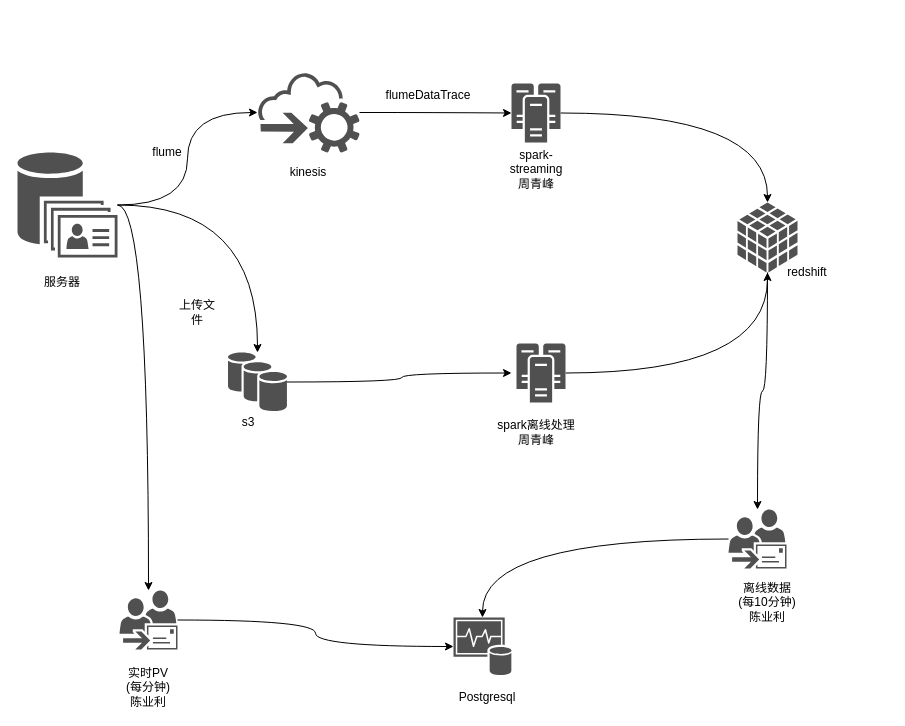
Above: 日志流转.drawio in wangbin2188/draw (draw.io), before the change. Source tidied: cells renumbered, new cells numbered last; positions are measured from the earlier drawing's top-left corner, leaving out a move shared by most shapes. Both pictures are drawn from the tidied source at 100%, with x=0, y=0 at pixel (17, 72).
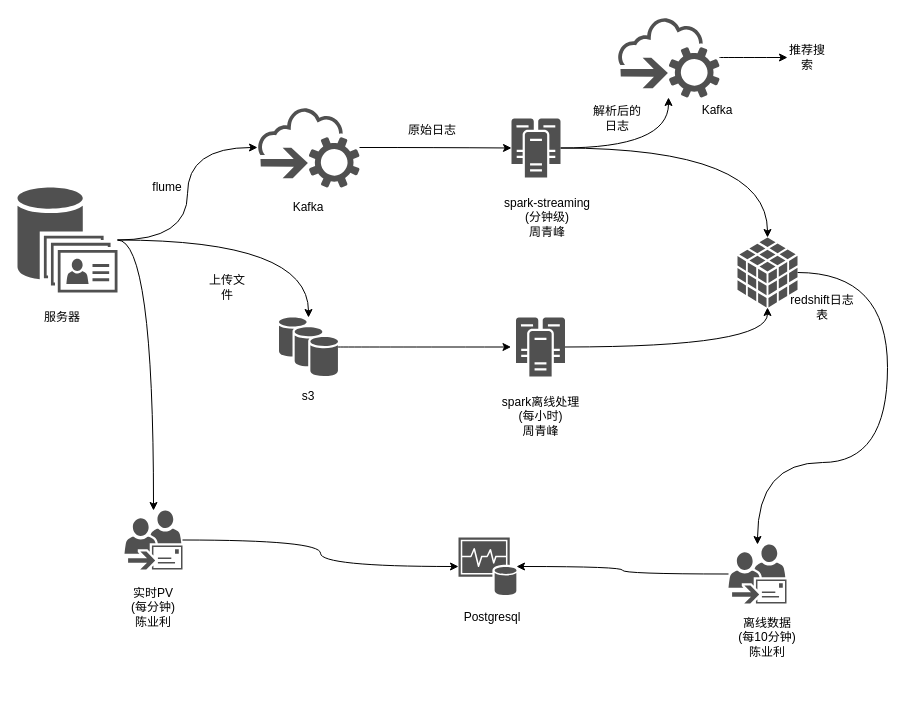
The same page after the edit.

Commit message (it also covers changes not shown here):
更新日志流转.drawio

The edit, as a diff of the source:
```diff
@@
     <mxCell id="5" style="shadow=0;dashed=0;html=1;strokeColor=none;fillColor=#505050;labelPosition=center;verticalLabelPosition=bottom;verticalAlign=top;outlineConnect=0;align=center;shape=mxgraph.office.databases.unified_contact_store;" parent="1" vertex="1">
-      <mxGeometry y="80" width="100" height="105" as="geometry" />
+      <mxGeometry y="115" width="100" height="105" as="geometry" />
     </mxCell>
@@
     <mxCell id="7" style="shadow=0;dashed=0;html=1;strokeColor=none;fillColor=#505050;labelPosition=center;verticalLabelPosition=bottom;outlineConnect=0;verticalAlign=top;align=center;shape=mxgraph.office.clouds.cloud_service_request;" parent="1" vertex="1">
-      <mxGeometry x="240" width="102" height="80" as="geometry" />
+      <mxGeometry x="240" y="35" width="102" height="80" as="geometry" />
     </mxCell>
     <mxCell id="8" value="服务器" style="text;html=1;strokeColor=none;fillColor=none;align=center;verticalAlign=middle;whiteSpace=wrap;rounded=0;" parent="1" vertex="1">
-      <mxGeometry x="10" y="200" width="70" height="20" as="geometry" />
+      <mxGeometry x="10" y="235" width="70" height="20" as="geometry" />
     </mxCell>
     <mxCell id="9" value="flume" style="text;html=1;strokeColor=none;fillColor=none;align=center;verticalAlign=middle;whiteSpace=wrap;rounded=0;" parent="1" vertex="1">
-      <mxGeometry x="130" y="70" width="40" height="20" as="geometry" />
+      <mxGeometry x="130" y="105" width="40" height="20" as="geometry" />
     </mxCell>
-    <mxCell id="10" value="kinesis" style="text;html=1;strokeColor=none;fillColor=none;align=center;verticalAlign=middle;whiteSpace=wrap;rounded=0;" parent="1" vertex="1">
-      <mxGeometry x="271" y="90" width="40" height="20" as="geometry" />
+    <mxCell id="10" value="Kafka" style="text;html=1;strokeColor=none;fillColor=none;align=center;verticalAlign=middle;whiteSpace=wrap;rounded=0;" parent="1" vertex="1">
+      <mxGeometry x="271" y="125" width="40" height="20" as="geometry" />
     </mxCell>
@@
     <mxCell id="12" style="shadow=0;dashed=0;html=1;strokeColor=none;fillColor=#505050;labelPosition=center;verticalLabelPosition=bottom;verticalAlign=top;outlineConnect=0;align=center;shape=mxgraph.office.databases.database_availability_group;" parent="1" vertex="1">
-      <mxGeometry x="210.5" y="280" width="59" height="59" as="geometry" />
+      <mxGeometry x="261.5" y="245" width="59" height="59" as="geometry" />
     </mxCell>
     <mxCell id="13" value="s3" style="text;html=1;strokeColor=none;fillColor=none;align=center;verticalAlign=middle;whiteSpace=wrap;rounded=0;" parent="1" vertex="1">
-      <mxGeometry x="210.5" y="339.5" width="40" height="20" as="geometry" />
+      <mxGeometry x="271" y="313.5" width="40" height="20" as="geometry" />
     </mxCell>
     <mxCell id="14" value="上传文件" style="text;html=1;strokeColor=none;fillColor=none;align=center;verticalAlign=middle;whiteSpace=wrap;rounded=0;" parent="1" vertex="1">
-      <mxGeometry x="160" y="230" width="40" height="20" as="geometry" />
+      <mxGeometry x="190" y="205" width="40" height="20" as="geometry" />
     </mxCell>
@@
+    <mxCell id="33" style="edgeStyle=orthogonalEdgeStyle;rounded=0;jettySize=auto;html=1;curved=1;" parent="1" edge="1" source="16" target="35">
+      <mxGeometry relative="1" as="geometry" />
+    </mxCell>
     <mxCell id="16" style="shadow=0;dashed=0;html=1;strokeColor=none;fillColor=#505050;labelPosition=center;verticalLabelPosition=bottom;verticalAlign=top;outlineConnect=0;align=center;shape=mxgraph.office.servers.cluster_server;" parent="1" vertex="1">
-      <mxGeometry x="494" y="11" width="49" height="59" as="geometry" />
+      <mxGeometry x="494" y="46" width="49" height="59" as="geometry" />
     </mxCell>
-    <mxCell id="17" value="spark-streaming&lt;br&gt;周青峰" style="text;html=1;strokeColor=none;fillColor=none;align=center;verticalAlign=middle;whiteSpace=wrap;rounded=0;" parent="1" vertex="1">
-      <mxGeometry x="499" y="87" width="40" height="20" as="geometry" />
+    <mxCell id="17" value="spark-streaming&lt;br&gt;(分钟级)&lt;br&gt;周青峰" style="text;html=1;strokeColor=none;fillColor=none;align=center;verticalAlign=middle;whiteSpace=wrap;rounded=0;" parent="1" vertex="1">
+      <mxGeometry x="460" y="135" width="140" height="20" as="geometry" />
     </mxCell>
@@
     <mxCell id="19" style="edgeStyle=orthogonalEdgeStyle;curved=1;rounded=0;jettySize=auto;html=1;" parent="1" edge="1" source="20" target="31">
-      <mxGeometry relative="1" as="geometry" />
+      <mxGeometry relative="1" as="geometry">
+        <Array as="points">
+          <mxPoint x="870" y="200" />
+          <mxPoint x="870" y="390" />
+          <mxPoint x="740" y="390" />
+        </Array>
+      </mxGeometry>
     </mxCell>
     <mxCell id="20" style="shadow=0;dashed=0;html=1;strokeColor=none;fillColor=#505050;labelPosition=center;verticalLabelPosition=bottom;verticalAlign=top;outlineConnect=0;align=center;shape=mxgraph.office.databases.database_cube;" parent="1" vertex="1">
-      <mxGeometry x="720" y="130" width="60" height="70" as="geometry" />
+      <mxGeometry x="720" y="165" width="60" height="70" as="geometry" />
     </mxCell>
-    <mxCell id="21" value="redshift" style="text;html=1;strokeColor=none;fillColor=none;align=center;verticalAlign=middle;whiteSpace=wrap;rounded=0;" parent="1" vertex="1">
-      <mxGeometry x="770" y="190" width="40" height="20" as="geometry" />
+    <mxCell id="21" value="redshift日志表" style="text;html=1;strokeColor=none;fillColor=none;align=center;verticalAlign=middle;whiteSpace=wrap;rounded=0;" parent="1" vertex="1">
+      <mxGeometry x="770" y="225" width="70" height="20" as="geometry" />
     </mxCell>
-    <mxCell id="22" value="flumeDataTrace" style="text;html=1;strokeColor=none;fillColor=none;align=center;verticalAlign=middle;whiteSpace=wrap;rounded=0;" parent="1" vertex="1">
-      <mxGeometry x="391" y="13" width="40" height="20" as="geometry" />
+    <mxCell id="22" value="原始日志" style="text;html=1;strokeColor=none;fillColor=none;align=center;verticalAlign=middle;whiteSpace=wrap;rounded=0;" parent="1" vertex="1">
+      <mxGeometry x="370" y="48" width="90" height="20" as="geometry" />
     </mxCell>
@@
     <mxCell id="24" style="shadow=0;dashed=0;html=1;strokeColor=none;fillColor=#505050;labelPosition=center;verticalLabelPosition=bottom;verticalAlign=top;outlineConnect=0;align=center;shape=mxgraph.office.servers.cluster_server;" parent="1" vertex="1">
-      <mxGeometry x="499" y="271" width="49" height="59" as="geometry" />
+      <mxGeometry x="498.5" y="245" width="49" height="59" as="geometry" />
     </mxCell>
-    <mxCell id="25" value="spark离线处理&lt;br&gt;周青峰" style="text;html=1;strokeColor=none;fillColor=none;align=center;verticalAlign=middle;whiteSpace=wrap;rounded=0;" parent="1" vertex="1">
-      <mxGeometry x="474" y="349.5" width="90" height="20" as="geometry" />
+    <mxCell id="25" value="spark离线处理&lt;br&gt;(每小时)&lt;br&gt;周青峰" style="text;html=1;strokeColor=none;fillColor=none;align=center;verticalAlign=middle;whiteSpace=wrap;rounded=0;" parent="1" vertex="1">
+      <mxGeometry x="460" y="333.5" width="127" height="20" as="geometry" />
     </mxCell>
@@
     <mxCell id="27" style="shadow=0;dashed=0;html=1;strokeColor=none;fillColor=#505050;labelPosition=center;verticalLabelPosition=bottom;verticalAlign=top;outlineConnect=0;align=center;shape=mxgraph.office.communications.dynamic_distribution_group;" parent="1" vertex="1">
-      <mxGeometry x="102" y="518" width="58" height="59" as="geometry" />
+      <mxGeometry x="107" y="438" width="58" height="59" as="geometry" />
     </mxCell>
     <mxCell id="28" value="Postgresql" style="text;html=1;strokeColor=none;fillColor=none;align=center;verticalAlign=middle;whiteSpace=wrap;rounded=0;" parent="1" vertex="1">
-      <mxGeometry x="450" y="615" width="40" height="20" as="geometry" />
+      <mxGeometry x="455" y="535" width="40" height="20" as="geometry" />
     </mxCell>
     <mxCell id="29" value="实时PV&lt;br&gt;(每分钟)&lt;br&gt;陈业利" style="text;html=1;strokeColor=none;fillColor=none;align=center;verticalAlign=middle;whiteSpace=wrap;rounded=0;" parent="1" vertex="1">
-      <mxGeometry x="81" y="605" width="100" height="20" as="geometry" />
+      <mxGeometry x="86" y="525" width="100" height="20" as="geometry" />
     </mxCell>
     <mxCell id="30" value="离线数据&lt;br&gt;(每10分钟)&lt;br&gt;陈业利" style="text;html=1;strokeColor=none;fillColor=none;align=center;verticalAlign=middle;whiteSpace=wrap;rounded=0;" parent="1" vertex="1">
-      <mxGeometry x="700" y="520" width="100" height="20" as="geometry" />
+      <mxGeometry x="700" y="555" width="100" height="20" as="geometry" />
     </mxCell>
     <mxCell id="31" style="shadow=0;dashed=0;html=1;strokeColor=none;fillColor=#505050;labelPosition=center;verticalLabelPosition=bottom;verticalAlign=top;outlineConnect=0;align=center;shape=mxgraph.office.communications.dynamic_distribution_group;" parent="1" vertex="1">
-      <mxGeometry x="711" y="437" width="58" height="59" as="geometry" />
+      <mxGeometry x="711" y="472" width="58" height="59" as="geometry" />
     </mxCell>
     <mxCell id="32" style="shadow=0;dashed=0;html=1;strokeColor=none;fillColor=#505050;labelPosition=center;verticalLabelPosition=bottom;verticalAlign=top;outlineConnect=0;align=center;shape=mxgraph.office.databases.monitoring_store;" parent="1" vertex="1">
-      <mxGeometry x="436" y="545" width="58" height="58" as="geometry" />
+      <mxGeometry x="441" y="465" width="58" height="58" as="geometry" />
     </mxCell>
+    <mxCell id="34" style="edgeStyle=orthogonalEdgeStyle;curved=1;rounded=0;jettySize=auto;html=1;entryX=0;entryY=0.5;entryDx=0;entryDy=0;" parent="1" edge="1" source="35" target="37">
+      <mxGeometry relative="1" as="geometry" />
+    </mxCell>
+    <mxCell id="35" style="shadow=0;dashed=0;html=1;strokeColor=none;fillColor=#505050;labelPosition=center;verticalLabelPosition=bottom;outlineConnect=0;verticalAlign=top;align=center;shape=mxgraph.office.clouds.cloud_service_request;" parent="1" vertex="1">
+      <mxGeometry x="600" y="-55" width="102" height="80" as="geometry" />
+    </mxCell>
+    <mxCell id="36" value="解析后的日志" style="text;html=1;strokeColor=none;fillColor=none;align=center;verticalAlign=middle;whiteSpace=wrap;rounded=0;" parent="1" vertex="1">
+      <mxGeometry x="570" y="36" width="60" height="20" as="geometry" />
+    </mxCell>
+    <mxCell id="37" value="推荐搜索" style="text;html=1;strokeColor=none;fillColor=none;align=center;verticalAlign=middle;whiteSpace=wrap;rounded=0;" parent="1" vertex="1">
+      <mxGeometry x="770" y="-25" width="40" height="20" as="geometry" />
+    </mxCell>
+    <mxCell id="38" value="Kafka" style="text;html=1;strokeColor=none;fillColor=none;align=center;verticalAlign=middle;whiteSpace=wrap;rounded=0;" parent="1" vertex="1">
+      <mxGeometry x="680" y="28" width="40" height="20" as="geometry" />
+    </mxCell>
```
